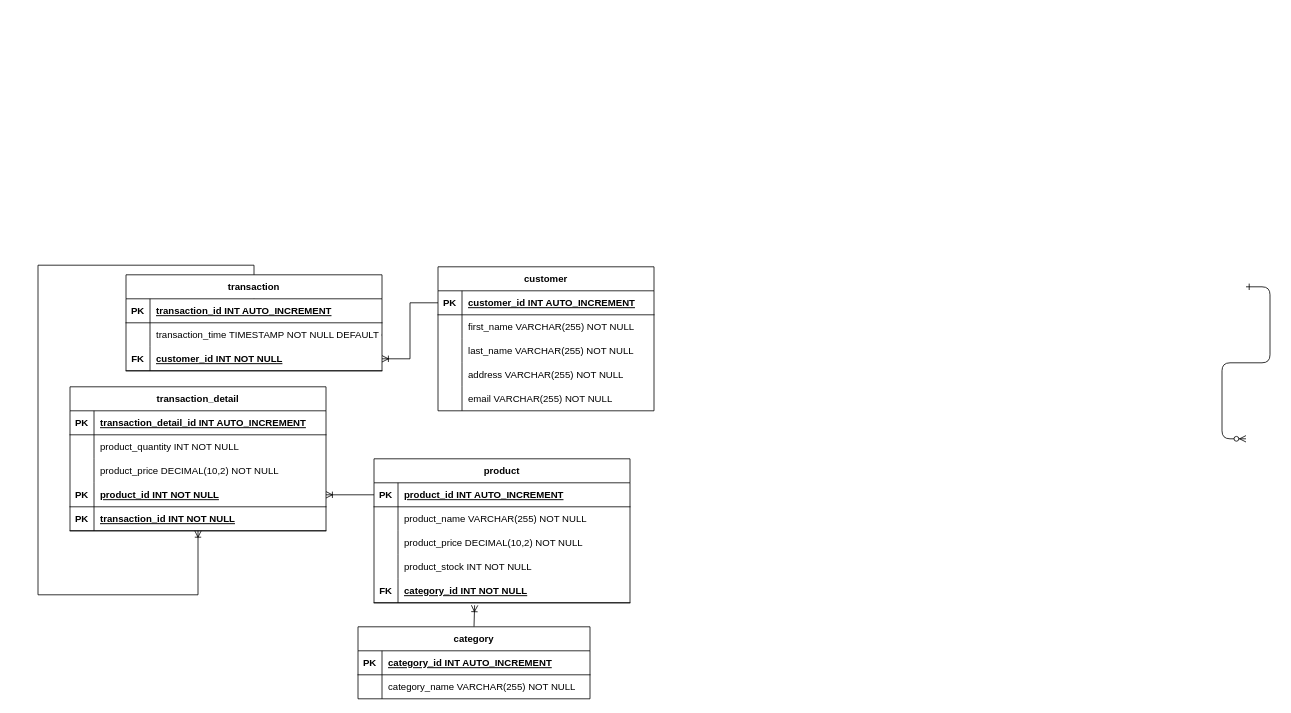
Above: ERD-online-retail.drawio in hushus23/tugas-database-online-retail-mysql (draw.io), before the change. Source tidied: cells renumbered, new cells numbered last; positions are measured from the earlier drawing's top-left corner, leaving out a move shared by most shapes. Both pictures are drawn from the tidied source at 80%, with x=0, y=0 at pixel (38, 265).
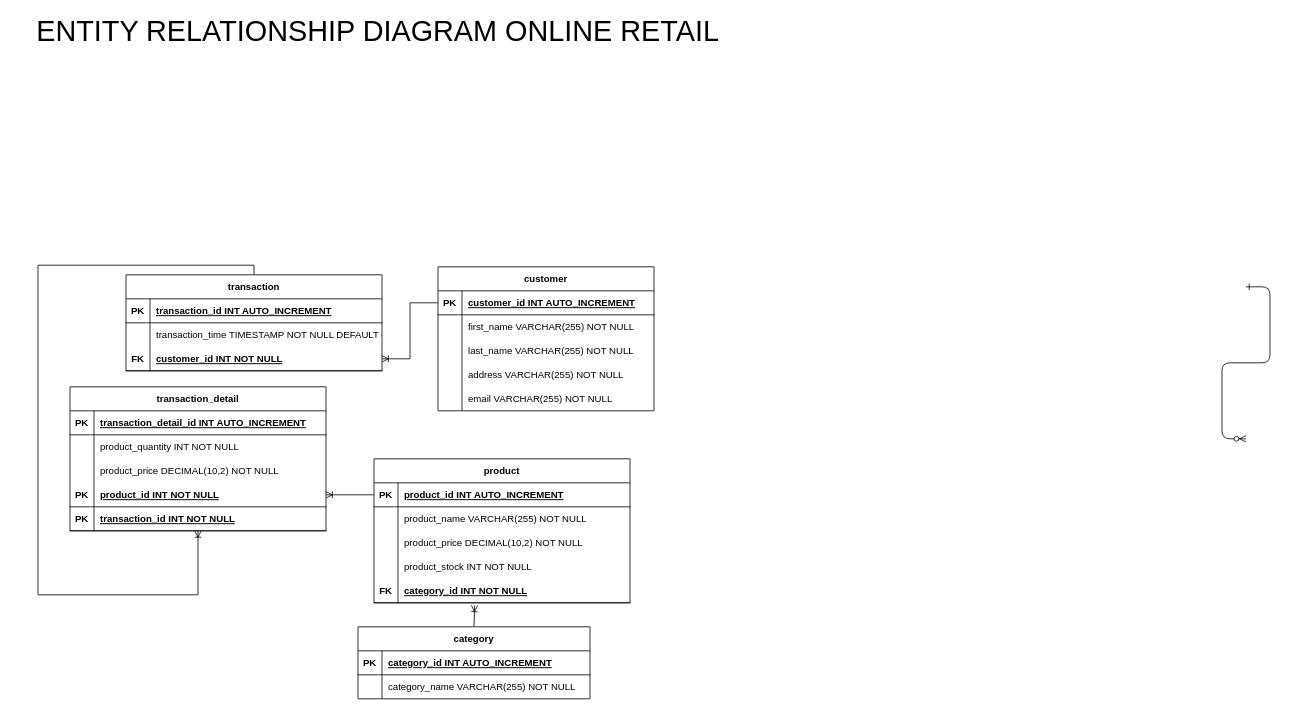
The same diagram, later.

Change to the diagram source:
```diff
@@
+    <mxCell id="72" value="&lt;font style=&quot;font-size: 36px;&quot;&gt;ENTITY RELATIONSHIP DIAGRAM ONLINE RETAIL&lt;/font&gt;" style="text;html=1;strokeColor=none;fillColor=none;align=center;verticalAlign=middle;whiteSpace=wrap;rounded=0;" parent="1" vertex="1">
+      <mxGeometry x="-30" y="-308" width="910" height="30" as="geometry" />
+    </mxCell>
```
